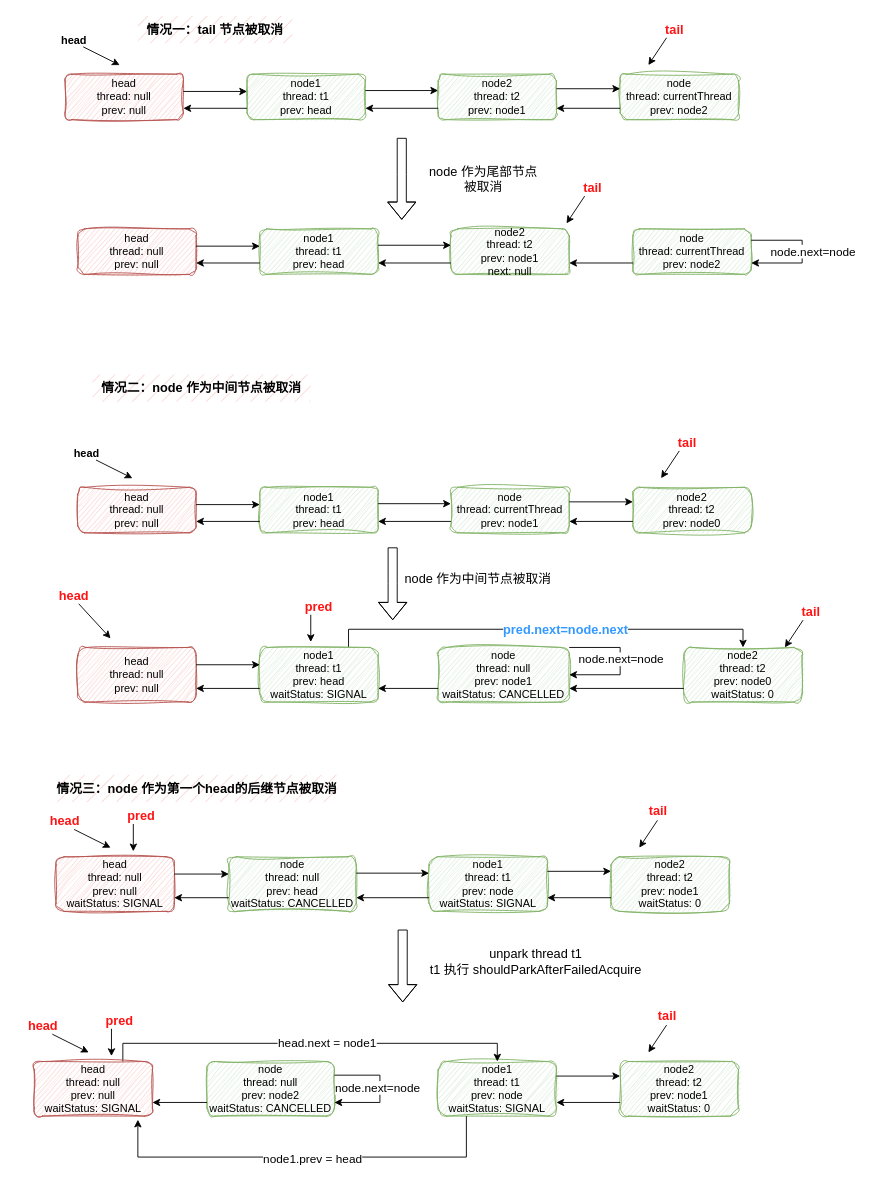
This is AQS cancelAcquire.drawio from wsxzei/markdown-photos, a draw.io file, before an edit. Source tidied: cells renumbered, new cells numbered last; positions are measured from the earlier drawing's top-left corner, leaving out a move shared by most shapes. Both pictures are drawn from the tidied source at 91%, with x=0, y=0 at pixel (15, 15).
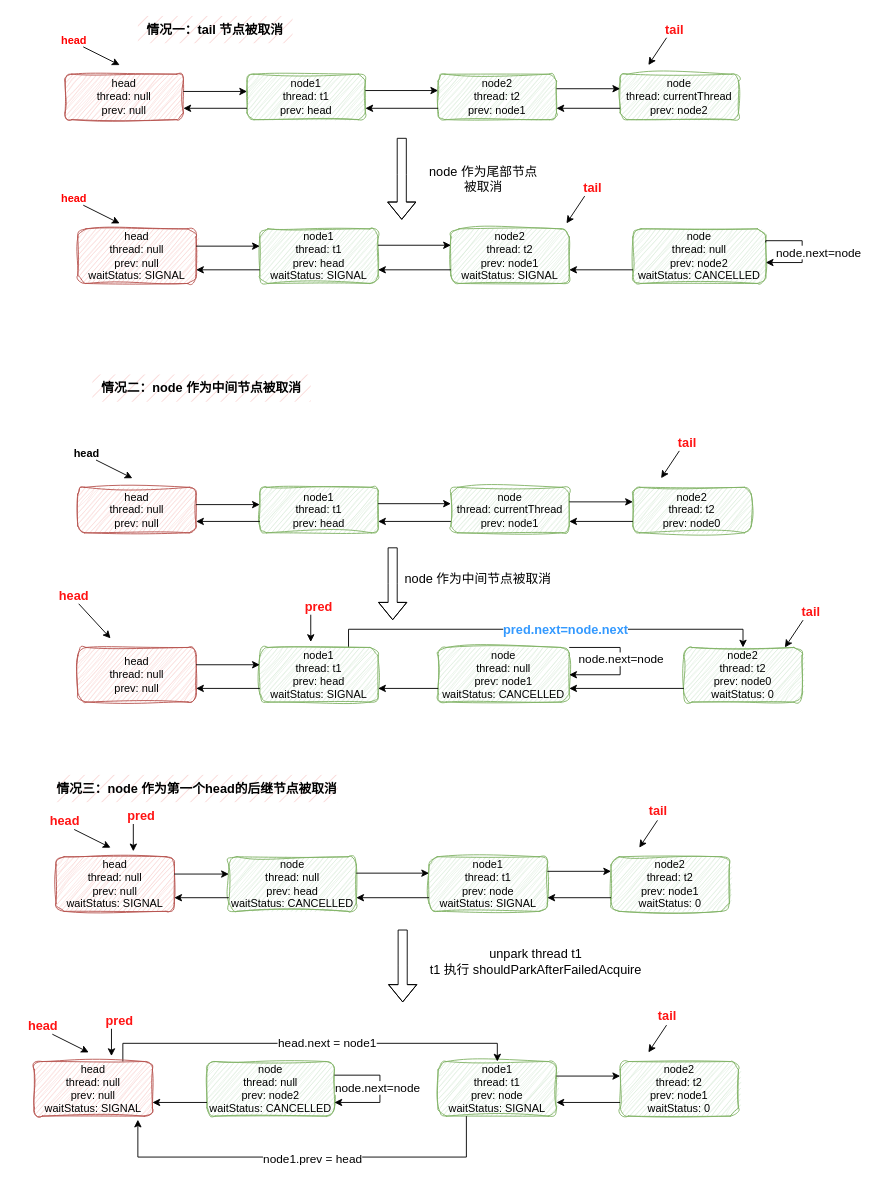
The same diagram, later.

Diff of the diagram source:
```diff
@@
-    <mxCell id="13" value="head" style="text;html=1;align=center;verticalAlign=middle;whiteSpace=wrap;rounded=0;fontStyle=1;" parent="1" vertex="1">
+    <mxCell id="13" value="head" style="text;html=1;align=center;verticalAlign=middle;whiteSpace=wrap;rounded=0;fontStyle=1;fontColor=#FF0000;" parent="1" vertex="1">
       <mxGeometry x="34" y="12" width="60" height="30" as="geometry" />
     </mxCell>
@@
-    <mxCell id="17" value="node&lt;br&gt;thread: currentThread&lt;br&gt;prev: node2" style="rounded=1;whiteSpace=wrap;html=1;sketch=1;curveFitting=1;jiggle=2;fillColor=#d5e8d4;strokeColor=#82b366;" parent="1" vertex="1">
-      <mxGeometry x="678" y="234" width="130" height="50" as="geometry" />
+    <mxCell id="17" value="node&lt;br&gt;thread: null&lt;br&gt;prev: node2&lt;br&gt;waitStatus: CANCELLED" style="rounded=1;whiteSpace=wrap;html=1;sketch=1;curveFitting=1;jiggle=2;fillColor=#d5e8d4;strokeColor=#82b366;" parent="1" vertex="1">
+      <mxGeometry x="678" y="234" width="146" height="60" as="geometry" />
     </mxCell>
-    <mxCell id="18" value="node2&lt;br&gt;thread: t2&lt;br&gt;prev: node1&lt;br&gt;next: null" style="rounded=1;whiteSpace=wrap;html=1;sketch=1;curveFitting=1;jiggle=2;fillColor=#d5e8d4;strokeColor=#82b366;" parent="1" vertex="1">
-      <mxGeometry x="478" y="234" width="130" height="50" as="geometry" />
+    <mxCell id="18" value="node2&lt;br&gt;thread: t2&lt;br&gt;prev: node1&lt;br&gt;waitStatus: SIGNAL" style="rounded=1;whiteSpace=wrap;html=1;sketch=1;curveFitting=1;jiggle=2;fillColor=#d5e8d4;strokeColor=#82b366;" parent="1" vertex="1">
+      <mxGeometry x="478" y="234" width="130" height="60" as="geometry" />
     </mxCell>
-    <mxCell id="19" value="node1&lt;br&gt;thread: t1&lt;br&gt;prev: head" style="rounded=1;whiteSpace=wrap;html=1;sketch=1;curveFitting=1;jiggle=2;fillColor=#d5e8d4;strokeColor=#82b366;" parent="1" vertex="1">
-      <mxGeometry x="268" y="234" width="130" height="50" as="geometry" />
+    <mxCell id="19" value="node1&lt;br&gt;thread: t1&lt;br&gt;prev: head&lt;br&gt;waitStatus: SIGNAL" style="rounded=1;whiteSpace=wrap;html=1;sketch=1;curveFitting=1;jiggle=2;fillColor=#d5e8d4;strokeColor=#82b366;" parent="1" vertex="1">
+      <mxGeometry x="268" y="234" width="130" height="60" as="geometry" />
     </mxCell>
-    <mxCell id="20" value="head&lt;br&gt;thread: null&lt;br&gt;prev: null" style="rounded=1;whiteSpace=wrap;html=1;sketch=1;curveFitting=1;jiggle=2;fillColor=#f8cecc;strokeColor=#b85450;" parent="1" vertex="1">
-      <mxGeometry x="68" y="234" width="130" height="50" as="geometry" />
+    <mxCell id="20" value="head&lt;br&gt;thread: null&lt;br&gt;prev: null&lt;br&gt;waitStatus: SIGNAL" style="rounded=1;whiteSpace=wrap;html=1;sketch=1;curveFitting=1;jiggle=2;fillColor=#f8cecc;strokeColor=#b85450;" parent="1" vertex="1">
+      <mxGeometry x="68" y="234" width="130" height="60" as="geometry" />
     </mxCell>
@@
-    <mxCell id="29" style="endArrow=classic;html=1;rounded=0;exitX=1;exitY=0.25;exitDx=0;exitDy=0;edgeStyle=orthogonalEdgeStyle;entryX=1;entryY=0.75;entryDx=0;entryDy=0;" parent="1" edge="1" source="17" target="17">
+    <mxCell id="29" style="endArrow=classic;html=1;rounded=0;exitX=1;exitY=0.25;exitDx=0;exitDy=0;edgeStyle=orthogonalEdgeStyle;" parent="1" edge="1" source="17">
       <mxGeometry relative="1" as="geometry">
+        <mxPoint x="824" y="271" as="targetPoint" />
         <Array as="points">
           <mxPoint x="864" y="247" />
           <mxPoint x="864" y="271" />
         </Array>
       </mxGeometry>
     </mxCell>
@@
+    <mxCell id="105" style="endArrow=classic;html=1;rounded=0;" parent="1" edge="1">
+      <mxGeometry relative="1" as="geometry">
+        <mxPoint x="74" y="208" as="sourcePoint" />
+        <mxPoint x="114" y="228" as="targetPoint" />
+      </mxGeometry>
+    </mxCell>
+    <mxCell id="106" value="head" style="text;html=1;align=center;verticalAlign=middle;whiteSpace=wrap;rounded=0;fontStyle=1;fontColor=#FF0000;" parent="1" vertex="1">
+      <mxGeometry x="34" y="186" width="60" height="30" as="geometry" />
+    </mxCell>
```
